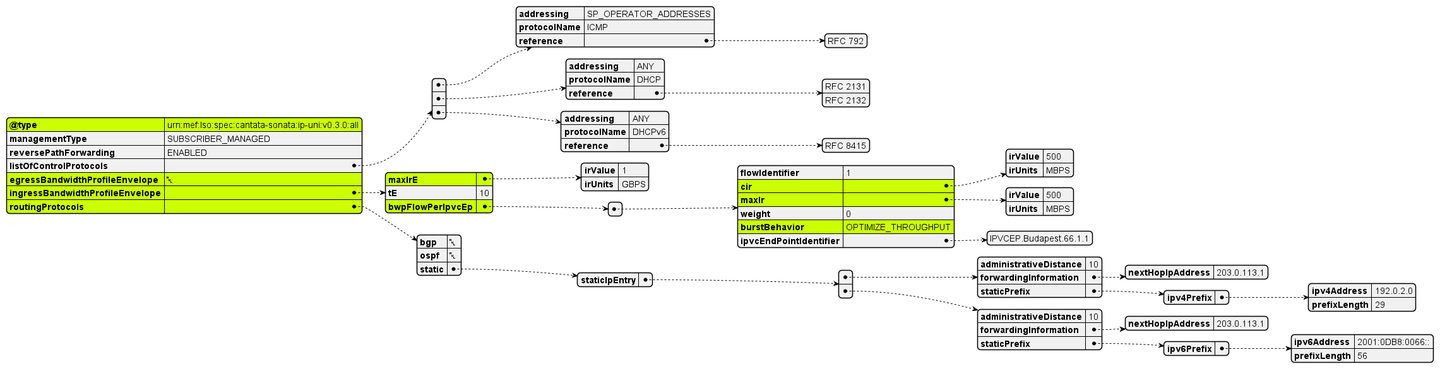
The PlantUML diagram documentation/productSchema/ip/internetAccess/MEF 139 resources/media/useCases/uc3Uni.png in MEF-GIT/MEF-LSO-Sonata-SDK, before a commit.
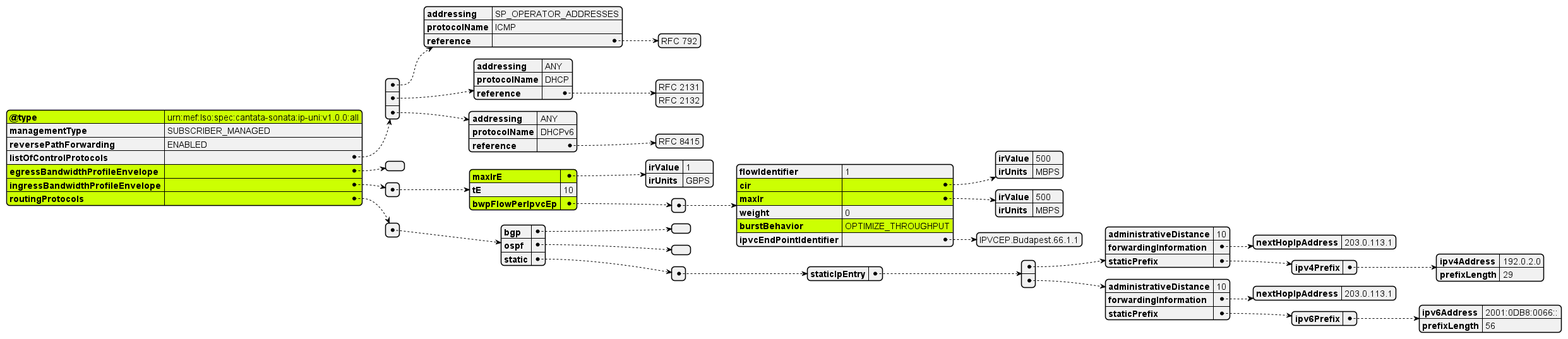
The same file after the commit.

Change to the diagram source:
```diff
@@ -3,16 +3,16 @@
 #highlight "@type"
 #highlight "egressBandwidthProfileEnvelope"
 #highlight "ingressBandwidthProfileEnvelope"
-#highlight "ingressBandwidthProfileEnvelope" / "maxIrE"
+#highlight "ingressBandwidthProfileEnvelope" /  "0" /"maxIrE"
 
-#highlight "ingressBandwidthProfileEnvelope" / "bwpFlowPerIpvcEp"
-#highlight "ingressBandwidthProfileEnvelope" / "bwpFlowPerIpvcEp" / "0" / "cir"
-#highlight "ingressBandwidthProfileEnvelope" / "bwpFlowPerIpvcEp" / "0" / "maxIr"
-#highlight "ingressBandwidthProfileEnvelope" / "bwpFlowPerIpvcEp" / "0" / "burstBehavior"
+#highlight "ingressBandwidthProfileEnvelope" /  "0" /"bwpFlowPerIpvcEp"
+#highlight "ingressBandwidthProfileEnvelope" /  "0" /"bwpFlowPerIpvcEp" / "0" / "cir"
+#highlight "ingressBandwidthProfileEnvelope" /  "0" /"bwpFlowPerIpvcEp" / "0" / "maxIr"
+#highlight "ingressBandwidthProfileEnvelope" /  "0" /"bwpFlowPerIpvcEp" / "0" / "burstBehavior"
 #highlight "routingProtocols"
 
 {
-  "@type": "urn:mef:lso:spec:cantata-sonata:ip-uni:v0.3.0:all",
+  "@type": "urn:mef:lso:spec:cantata-sonata:ip-uni:v1.0.0:all",
   "managementType": "SUBSCRIBER_MANAGED",
   "reversePathForwarding": "ENABLED",
   "listOfControlProtocols": [
@@ -32,61 +32,67 @@
       "reference": ["RFC 8415"]
     }
   ],
-  "egressBandwidthProfileEnvelope": null,
-  "ingressBandwidthProfileEnvelope": {
-    "maxIrE": {
-      "irValue": 1,
-      "irUnits": "GBPS"
-    },
-    "tE": 10,
-    "bwpFlowPerIpvcEp": [
-      {
-        "flowIdentifier": 1,
-        "cir": {
-          "irValue": 500,
-          "irUnits": "MBPS"
-        },
-        "maxIr": {
-          "irValue": 500,
-          "irUnits": "MBPS"
-        },
-        "weight": 0,
-        "burstBehavior": "OPTIMIZE_THROUGHPUT",
-        "ipvcEndPointIdentifier": ["IPVCEP.Budapest.66.1.1"]
-      }
-    ]
-  },
-  "routingProtocols": {
-    "bgp": null,
-    "ospf": null,
-    "static": {
-      "staticIpEntry": [
+  "egressBandwidthProfileEnvelope": [],
+  "ingressBandwidthProfileEnvelope": [
+    {
+      "maxIrE": {
+        "irValue": 1,
+        "irUnits": "GBPS"
+      },
+      "tE": 10,
+      "bwpFlowPerIpvcEp": [
         {
-          "administrativeDistance": 10,
-          "forwardingInformation": {
-            "nextHopIpAddress": "203.0.113.1"
+          "flowIdentifier": 1,
+          "cir": {
+            "irValue": 500,
+            "irUnits": "MBPS"
           },
-          "staticPrefix": {
-            "ipv4Prefix": {
-              "ipv4Address": "192.0.2.0",
-              "prefixLength": 29
-            }
-          }
-        },
-        {
-          "administrativeDistance": 10,
-          "forwardingInformation": {
-            "nextHopIpAddress": "203.0.113.1"
+          "maxIr": {
+            "irValue": 500,
+            "irUnits": "MBPS"
           },
-          "staticPrefix": {
-            "ipv6Prefix": {
-              "ipv6Address": "2001:0DB8:0066::",
-              "prefixLength": 56
-            }
-          }
+          "weight": 0,
+          "burstBehavior": "OPTIMIZE_THROUGHPUT",
+          "ipvcEndPointIdentifier": ["IPVCEP.Budapest.66.1.1"]
         }
       ]
     }
-  }
+  ],
+  "routingProtocols": [
+      {
+      "bgp": [],
+      "ospf": [],
+      "static": [
+          {
+          "staticIpEntry": [
+            {
+              "administrativeDistance": 10,
+              "forwardingInformation": {
+                "nextHopIpAddress": "203.0.113.1"
+              },
+              "staticPrefix": {
+                "ipv4Prefix": {
+                  "ipv4Address": "192.0.2.0",
+                  "prefixLength": 29
+                }
+              }
+            },
+            {
+              "administrativeDistance": 10,
+              "forwardingInformation": {
+                "nextHopIpAddress": "203.0.113.1"
+              },
+              "staticPrefix": {
+                "ipv6Prefix": {
+                  "ipv6Address": "2001:0DB8:0066::",
+                  "prefixLength": 56
+                }
+              }
+            }
+          ]
+        }
+      ]
+    }
+  ]
 }
 @endjson
```
